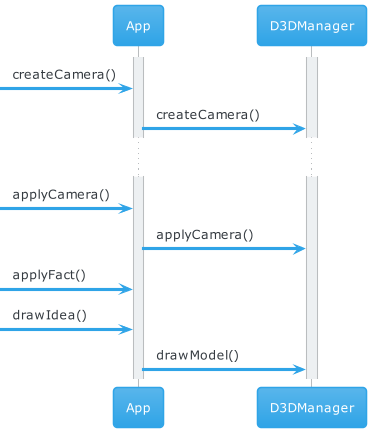
Earlier version of the PlantUML export uml/uml_001.png (Tengu712/th_abp). Source of this version:
```plantuml
@startuml
!theme cerulean
Activate App
Activate D3DManager
[->App: createCamera()
App->D3DManager: createCamera()
...
[->App: applyCamera()
App->D3DManager: applyCamera()
[->App: applyFact()
[->App: drawIdea()
App->D3DManager: drawModel()
@enduml
```
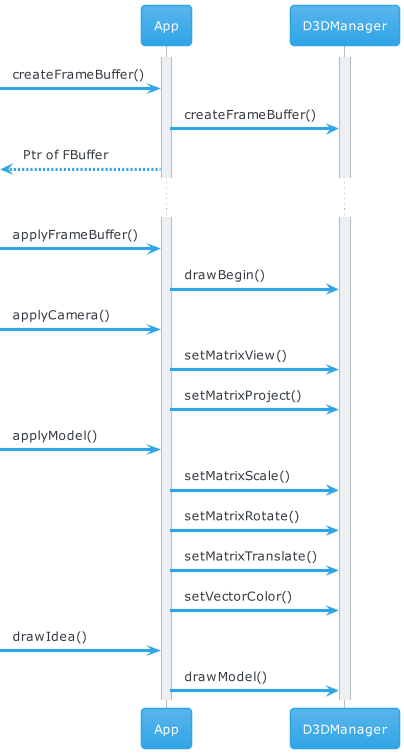
The same diagram one commit later.

Change to the diagram source:
```diff
@@ -2,12 +2,20 @@
 !theme cerulean
 Activate App
 Activate D3DManager
-[->App: createCamera()
-App->D3DManager: createCamera()
+[->App: createFrameBuffer()
+App->D3DManager: createFrameBuffer()
+App-->[: Ptr of FBuffer
 ...
+[->App: applyFrameBuffer()
+App->D3DManager: drawBegin()
 [->App: applyCamera()
-App->D3DManager: applyCamera()
-[->App: applyFact()
+App->D3DManager: setMatrixView()
+App->D3DManager: setMatrixProject()
+[->App: applyModel()
+App->D3DManager: setMatrixScale()
+App->D3DManager: setMatrixRotate()
+App->D3DManager: setMatrixTranslate()
+App->D3DManager: setVectorColor()
 [->App: drawIdea()
 App->D3DManager: drawModel()
 @enduml
```
